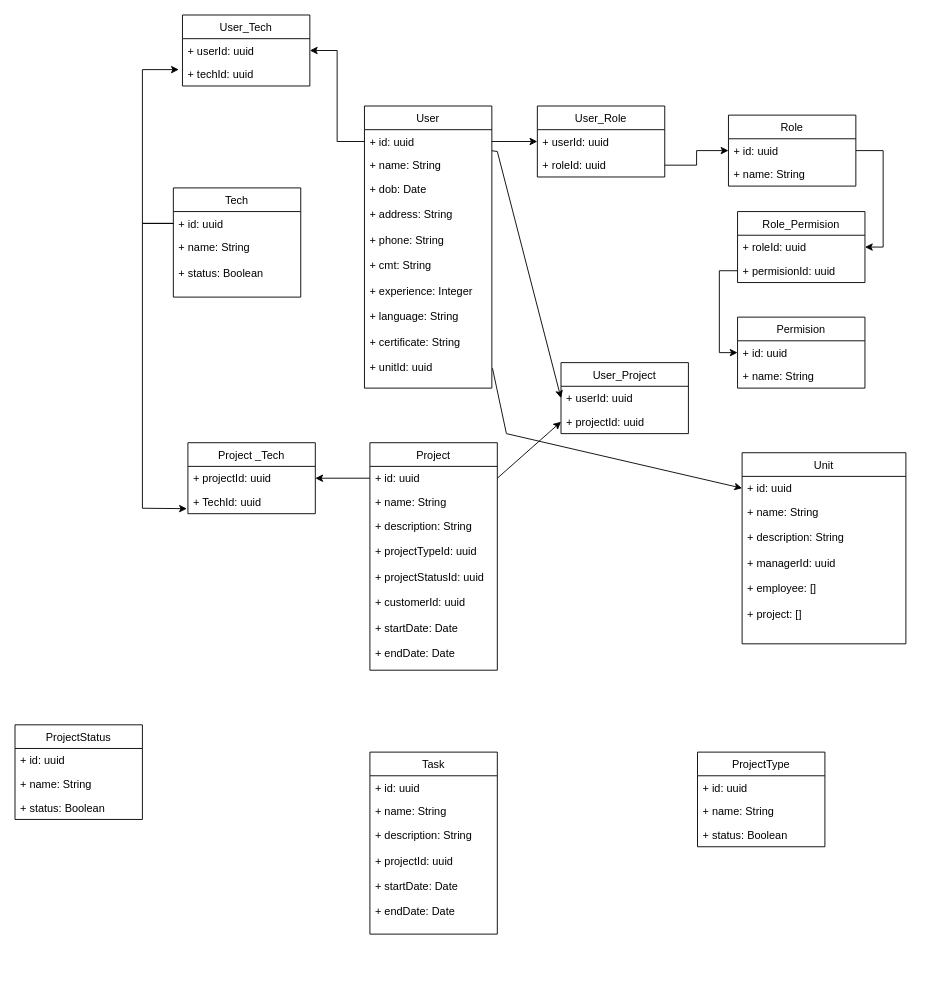
Before: project-management.drawio in ninhcongluc/VMO-Final-Project, a draw.io diagram. Source tidied: cells renumbered, new cells numbered last; positions are measured from the earlier drawing's top-left corner, leaving out a move shared by most shapes. Both pictures are drawn from the tidied source at 91%, with x=0, y=0 at pixel (15, 15).
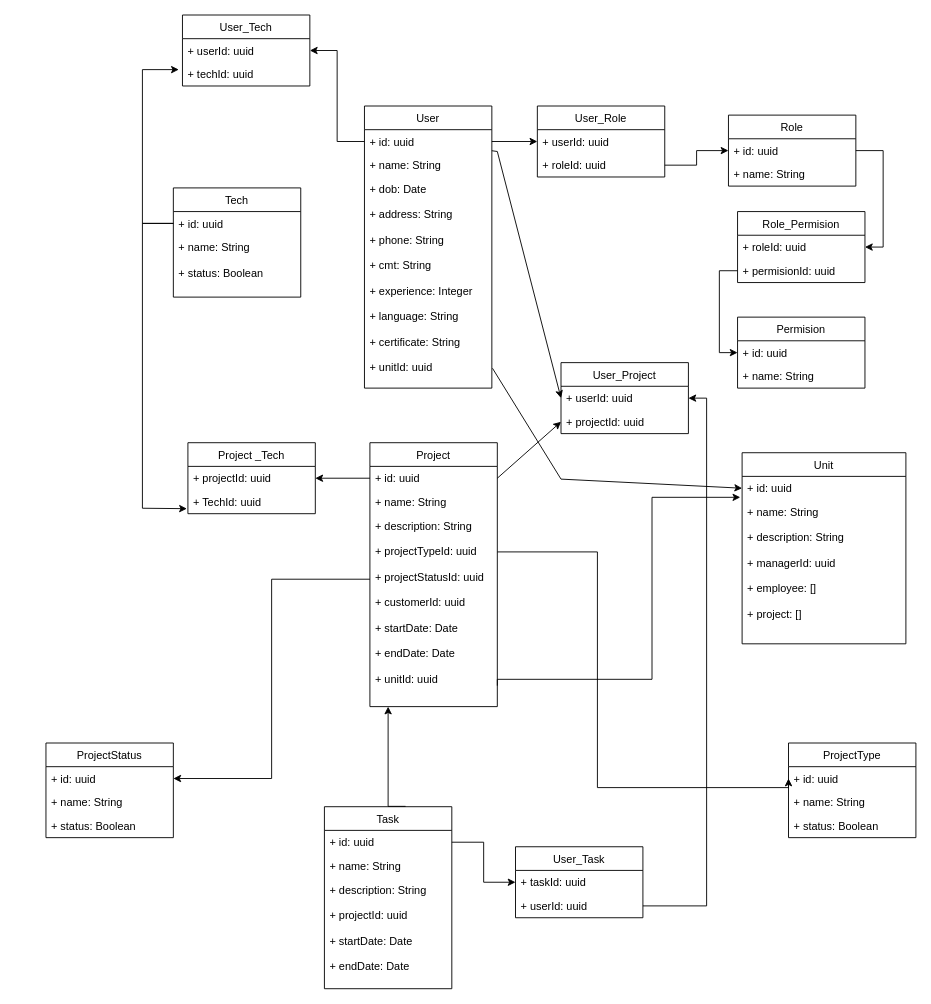
After the change.

The change refers to these unchanged cells:
```xml
<mxCell id="5" value="+ dob: Date&#10;&#10;+ address: String&#10;&#10;+ phone: String&#10;&#10;+ cmt: String&#10;&#10;+ experience: Integer&#10;&#10;+ language: String&#10;&#10;+ certificate: String&#10;&#10;+ unitId: uuid&#10;&#10;&#10;&#10;&#10;&#10;&#10;" style="text;strokeColor=none;fillColor=none;align=left;verticalAlign=top;spacingLeft=4;spacingRight=4;overflow=hidden;points=[[0,0.5],[1,0.5]];portConstraint=eastwest;" parent="2" vertex="1">
  <mxGeometry y="78" width="140" height="232" as="geometry" />
</mxCell>
<mxCell id="34" value="+ id: uuid" style="text;strokeColor=none;fillColor=none;align=left;verticalAlign=top;spacingLeft=4;spacingRight=4;overflow=hidden;points=[[0,0.5],[1,0.5]];portConstraint=eastwest;" parent="33" vertex="1">
  <mxGeometry y="26" width="140" height="26" as="geometry" />
</mxCell>
<mxCell id="38" value="+ id: uuid&#10;&#10;&#10;&#10;&#10;&#10;&#10;&#10;&#10;&#10;" style="text;strokeColor=none;fillColor=none;align=left;verticalAlign=top;spacingLeft=4;spacingRight=4;overflow=hidden;points=[[0,0.5],[1,0.5]];portConstraint=eastwest;" parent="37" vertex="1">
  <mxGeometry y="26" width="180" height="26" as="geometry" />
</mxCell>
<mxCell id="41" value="+ id: uuid" style="text;strokeColor=none;fillColor=none;align=left;verticalAlign=top;spacingLeft=4;spacingRight=4;overflow=hidden;points=[[0,0.5],[1,0.5]];portConstraint=eastwest;" parent="40" vertex="1">
  <mxGeometry y="26" width="140" height="26" as="geometry" />
</mxCell>
<mxCell id="45" value="+ id: uuid" style="text;strokeColor=none;fillColor=none;align=left;verticalAlign=top;spacingLeft=4;spacingRight=4;overflow=hidden;points=[[0,0.5],[1,0.5]];portConstraint=eastwest;" parent="44" vertex="1">
  <mxGeometry y="26" width="140" height="26" as="geometry" />
</mxCell>
<mxCell id="52" value="+ userId: uuid" style="text;strokeColor=none;fillColor=none;align=left;verticalAlign=top;spacingLeft=4;spacingRight=4;overflow=hidden;points=[[0,0.5],[1,0.5]];portConstraint=eastwest;" parent="51" vertex="1">
  <mxGeometry y="26" width="140" height="26" as="geometry" />
</mxCell>
```

Diff of the diagram source:
```diff
@@
     <mxCell id="29" value="Project" style="swimlane;fontStyle=0;horizontal=1;startSize=26;fillColor=none;" parent="1" vertex="1">
-      <mxGeometry x="390" y="470" width="140" height="250" as="geometry" />
+      <mxGeometry x="390" y="470" width="140" height="290" as="geometry" />
     </mxCell>
@@
-    <mxCell id="32" value="+ description: String&#10;&#10;+ projectTypeId: uuid&#10;&#10;+ projectStatusId: uuid&#10;&#10;+ customerId: uuid&#10;&#10;+ startDate: Date&#10;&#10;+ endDate: Date" style="text;strokeColor=none;fillColor=none;align=left;verticalAlign=top;spacingLeft=4;spacingRight=4;overflow=hidden;points=[[0,0.5],[1,0.5]];portConstraint=eastwest;" parent="29" vertex="1">
-      <mxGeometry y="78" width="140" height="172" as="geometry" />
+    <mxCell id="32" value="+ description: String&#10;&#10;+ projectTypeId: uuid&#10;&#10;+ projectStatusId: uuid&#10;&#10;+ customerId: uuid&#10;&#10;+ startDate: Date&#10;&#10;+ endDate: Date&#10;&#10;+ unitId: uuid" style="text;strokeColor=none;fillColor=none;align=left;verticalAlign=top;spacingLeft=4;spacingRight=4;overflow=hidden;points=[[0,0.5],[1,0.5]];portConstraint=eastwest;" parent="29" vertex="1">
+      <mxGeometry y="78" width="140" height="212" as="geometry" />
     </mxCell>
     <mxCell id="33" value="Task" style="swimlane;fontStyle=0;horizontal=1;startSize=26;fillColor=none;" parent="1" vertex="1">
-      <mxGeometry x="390" y="810" width="140" height="200" as="geometry" />
+      <mxGeometry x="340" y="870" width="140" height="200" as="geometry" />
     </mxCell>
@@
     <mxCell id="40" value="ProjectStatus" style="swimlane;fontStyle=0;horizontal=1;startSize=26;fillColor=none;" parent="1" vertex="1">
-      <mxGeometry y="780" width="140" height="104" as="geometry" />
+      <mxGeometry x="34" y="800" width="140" height="104" as="geometry" />
     </mxCell>
@@
     <mxCell id="44" value="ProjectType" style="swimlane;fontStyle=0;horizontal=1;startSize=26;fillColor=none;" parent="1" vertex="1">
-      <mxGeometry x="750" y="810" width="140" height="104" as="geometry" />
+      <mxGeometry x="850" y="800" width="140" height="104" as="geometry" />
     </mxCell>
@@
     <mxCell id="59" style="edgeStyle=none;rounded=0;jettySize=auto;html=1;entryX=0;entryY=0.5;entryDx=0;entryDy=0;exitX=1.005;exitY=0.906;exitDx=0;exitDy=0;exitPerimeter=0;" parent="1" edge="1" source="5" target="38">
       <mxGeometry relative="1" as="geometry">
         <Array as="points">
-          <mxPoint x="540" y="460" />
+          <mxPoint x="600" y="510" />
         </Array>
       </mxGeometry>
     </mxCell>
+    <mxCell id="60" style="edgeStyle=orthogonalEdgeStyle;rounded=0;jettySize=auto;html=1;entryX=-0.011;entryY=0.885;entryDx=0;entryDy=0;entryPerimeter=0;" parent="1" edge="1" target="38">
+      <mxGeometry relative="1" as="geometry">
+        <mxPoint x="530" y="737" as="sourcePoint" />
+        <Array as="points">
+          <mxPoint x="530" y="730" />
+          <mxPoint x="700" y="730" />
+          <mxPoint x="700" y="530" />
+        </Array>
+      </mxGeometry>
+    </mxCell>
+    <mxCell id="61" style="edgeStyle=orthogonalEdgeStyle;rounded=0;jettySize=auto;html=1;entryX=1;entryY=0.5;entryDx=0;entryDy=0;" parent="1" edge="1" source="32" target="41">
+      <mxGeometry relative="1" as="geometry">
+        <Array as="points">
+          <mxPoint x="282" y="620" />
+          <mxPoint x="282" y="839" />
+        </Array>
+      </mxGeometry>
+    </mxCell>
+    <mxCell id="62" style="edgeStyle=orthogonalEdgeStyle;rounded=0;jettySize=auto;html=1;entryX=0;entryY=0.5;entryDx=0;entryDy=0;" parent="1" edge="1" source="32" target="45">
+      <mxGeometry relative="1" as="geometry">
+        <Array as="points">
+          <mxPoint x="640" y="590" />
+          <mxPoint x="640" y="849" />
+        </Array>
+      </mxGeometry>
+    </mxCell>
+    <mxCell id="63" value="User_Task" style="swimlane;fontStyle=0;horizontal=1;startSize=26;fillColor=none;" parent="1" vertex="1">
+      <mxGeometry x="550" y="914" width="140" height="78" as="geometry" />
+    </mxCell>
+    <mxCell id="64" value="+ taskId: uuid" style="text;strokeColor=none;fillColor=none;align=left;verticalAlign=top;spacingLeft=4;spacingRight=4;overflow=hidden;points=[[0,0.5],[1,0.5]];portConstraint=eastwest;" parent="63" vertex="1">
+      <mxGeometry y="26" width="140" height="26" as="geometry" />
+    </mxCell>
+    <mxCell id="65" value="+ userId: uuid" style="text;strokeColor=none;fillColor=none;align=left;verticalAlign=top;spacingLeft=4;spacingRight=4;overflow=hidden;points=[[0,0.5],[1,0.5]];portConstraint=eastwest;" parent="63" vertex="1">
+      <mxGeometry y="52" width="140" height="26" as="geometry" />
+    </mxCell>
+    <mxCell id="66" style="edgeStyle=orthogonalEdgeStyle;rounded=0;jettySize=auto;html=1;exitX=1;exitY=0.5;exitDx=0;exitDy=0;entryX=0;entryY=0.5;entryDx=0;entryDy=0;" parent="1" edge="1" source="34" target="64">
+      <mxGeometry relative="1" as="geometry">
+        <Array as="points">
+          <mxPoint x="515" y="909" />
+          <mxPoint x="515" y="953" />
+        </Array>
+      </mxGeometry>
+    </mxCell>
+    <mxCell id="67" style="edgeStyle=orthogonalEdgeStyle;rounded=0;jettySize=auto;html=1;entryX=1;entryY=0.5;entryDx=0;entryDy=0;" parent="1" edge="1" source="65" target="52">
+      <mxGeometry relative="1" as="geometry" />
+    </mxCell>
+    <mxCell id="68" style="edgeStyle=orthogonalEdgeStyle;rounded=0;jettySize=auto;html=1;exitX=0.637;exitY=-0.002;exitDx=0;exitDy=0;exitPerimeter=0;" parent="1" edge="1" source="33">
+      <mxGeometry relative="1" as="geometry">
+        <mxPoint x="410" y="760" as="targetPoint" />
+        <Array as="points">
+          <mxPoint x="410" y="870" />
+          <mxPoint x="410" y="760" />
+        </Array>
+      </mxGeometry>
+    </mxCell>
```
